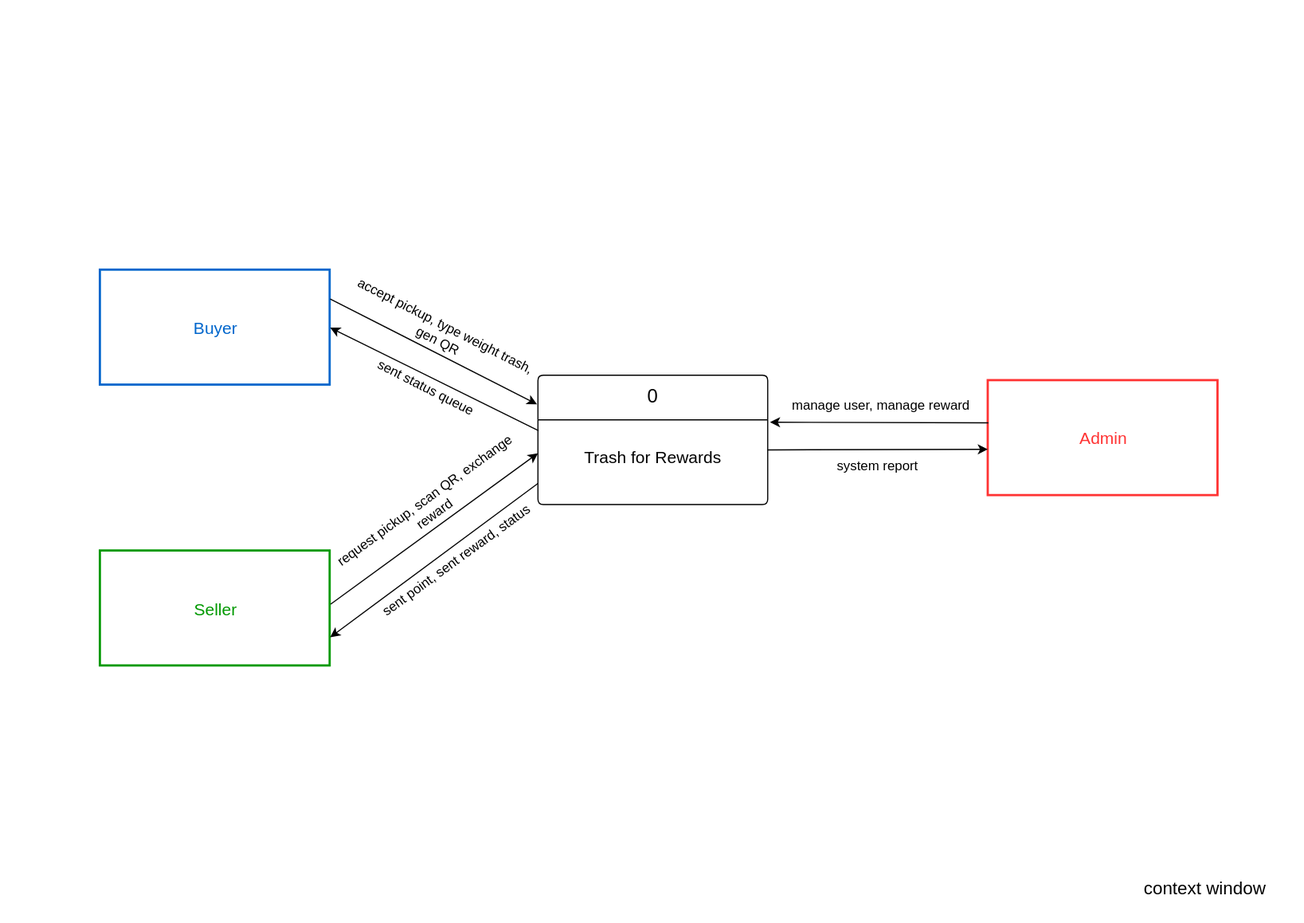
supxreal/All-diagrams keeps this draw.io diagram as context-diagram.svg. Above is the earlier version. Source tidied: cells renumbered, new cells last; positions are measured from the earlier drawing's top-left corner, leaving out a move shared by most shapes.
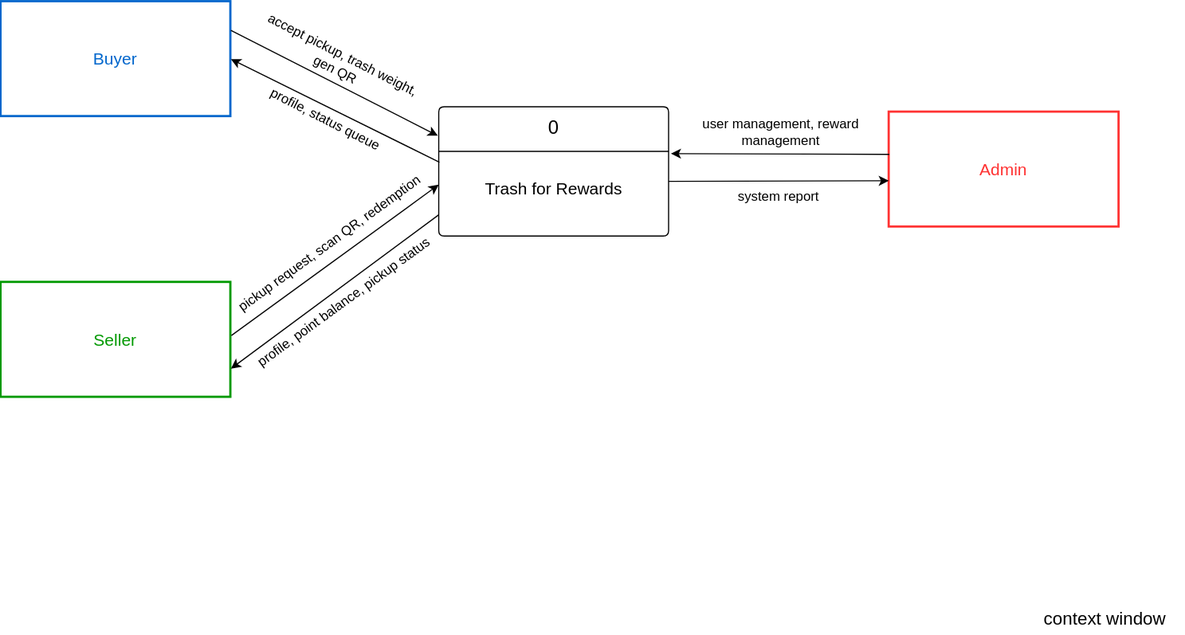
After the change.

What changed in the source:
```diff
@@ -46,22 +46,22 @@
         <mxPoint x="594.3" y="132.2" as="targetPoint" />
       </mxGeometry>
     </mxCell>
-    <mxCell id="14" value="&lt;font&gt;sent point, sent reward, status&lt;/font&gt;" style="text;html=1;whiteSpace=wrap;strokeColor=none;fillColor=none;align=center;verticalAlign=middle;rounded=0;rotation=324;" parent="2" vertex="1">
-      <mxGeometry x="216" y="237" width="194.4" height="38.6" as="geometry" />
+    <mxCell id="14" value="&lt;font&gt;profile, point balance, pickup status&lt;/font&gt;" style="text;html=1;whiteSpace=wrap;strokeColor=none;fillColor=none;align=center;verticalAlign=middle;rounded=0;rotation=324;" parent="2" vertex="1">
+      <mxGeometry x="205" y="246" width="194.4" height="38.6" as="geometry" />
     </mxCell>
-    <mxCell id="15" value="&lt;font&gt;request pickup, scan QR, exchange reward&lt;/font&gt;" style="text;html=1;whiteSpace=wrap;strokeColor=none;fillColor=none;align=center;verticalAlign=middle;rounded=0;rotation=324;" parent="2" vertex="1">
-      <mxGeometry x="186.2" y="189.4" width="206" height="38.6" as="geometry" />
+    <mxCell id="15" value="&lt;font&gt;pickup request, scan QR, redemption&lt;/font&gt;" style="text;html=1;whiteSpace=wrap;strokeColor=none;fillColor=none;align=center;verticalAlign=middle;rounded=0;rotation=324;" parent="2" vertex="1">
+      <mxGeometry x="185.2" y="193.4" width="206" height="38.6" as="geometry" />
     </mxCell>
-    <mxCell id="16" value="&lt;font&gt;manage user, manage reward&lt;/font&gt;" style="text;html=1;whiteSpace=wrap;strokeColor=none;fillColor=none;align=center;verticalAlign=middle;rounded=0;rotation=0;" parent="2" vertex="1">
-      <mxGeometry x="610" y="98" width="167.4" height="38.6" as="geometry" />
+    <mxCell id="16" value="&lt;font&gt;user management, reward management&lt;/font&gt;" style="text;html=1;whiteSpace=wrap;strokeColor=none;fillColor=none;align=center;verticalAlign=middle;rounded=0;rotation=0;" parent="2" vertex="1">
+      <mxGeometry x="610" y="94" width="167.4" height="38.6" as="geometry" />
     </mxCell>
     <mxCell id="17" value="&lt;font&gt;system report&lt;/font&gt;" style="text;html=1;whiteSpace=wrap;strokeColor=none;fillColor=none;align=center;verticalAlign=middle;rounded=0;rotation=0;" parent="2" vertex="1">
       <mxGeometry x="633" y="151.7" width="116.9" height="38.6" as="geometry" />
     </mxCell>
-    <mxCell id="18" value="&lt;font&gt;accept pickup, type weight trash, gen QR&lt;/font&gt;" style="text;html=1;whiteSpace=wrap;strokeColor=none;fillColor=none;align=center;verticalAlign=middle;rounded=0;rotation=27;" parent="2" vertex="1">
-      <mxGeometry x="210.1" y="33" width="180" height="38.6" as="geometry" />
+    <mxCell id="18" value="&lt;font&gt;accept pickup, trash weight, gen QR&lt;/font&gt;" style="text;html=1;whiteSpace=wrap;strokeColor=none;fillColor=none;align=center;verticalAlign=middle;rounded=0;rotation=27;" parent="2" vertex="1">
+      <mxGeometry x="217.2" y="30.5" width="160" height="38.6" as="geometry" />
     </mxCell>
-    <mxCell id="19" value="&lt;font&gt;sent status queue&lt;/font&gt;" style="text;html=1;whiteSpace=wrap;strokeColor=none;fillColor=none;align=center;verticalAlign=middle;rounded=0;rotation=27;" parent="2" vertex="1">
+    <mxCell id="19" value="&lt;font&gt;profile, status queue&lt;/font&gt;" style="text;html=1;whiteSpace=wrap;strokeColor=none;fillColor=none;align=center;verticalAlign=middle;rounded=0;rotation=27;" parent="2" vertex="1">
       <mxGeometry x="202" y="82.3" width="167.4" height="38.6" as="geometry" />
     </mxCell>
     <mxCell id="20" value="&lt;font style=&quot;font-size: 16px;&quot;&gt;context window&lt;/font&gt;" style="text;html=1;whiteSpace=wrap;strokeColor=none;fillColor=none;align=center;verticalAlign=middle;rounded=0;" parent="1" vertex="1">
```
